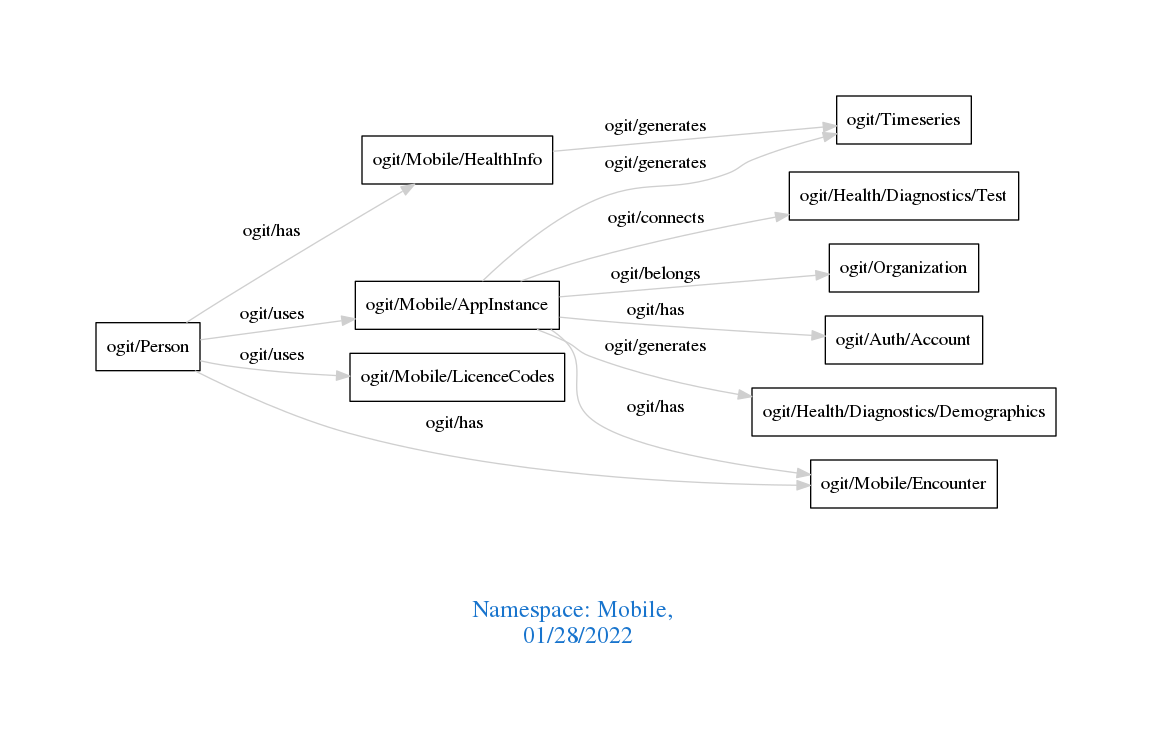
Above: downloads/Mobile.png in arago/OGIT (Graphviz), before the change. Its source is kept beside it as downloads/Mobile.dot.
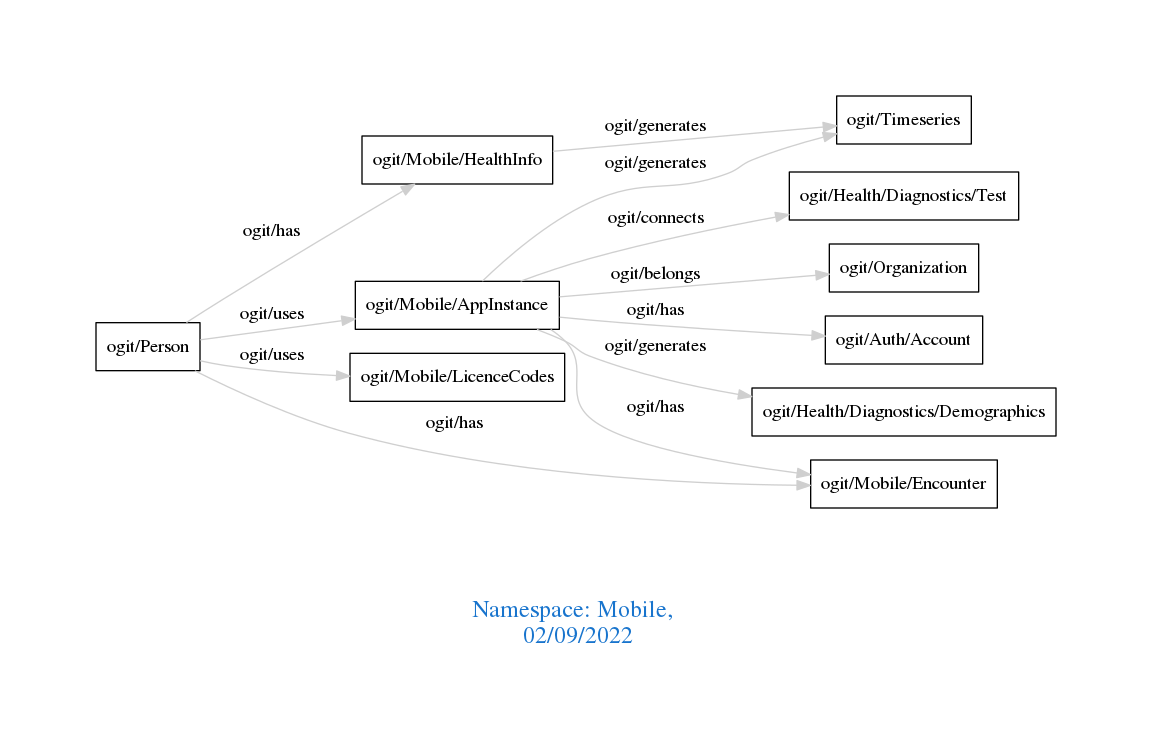
The same diagram one commit later.

What changed in the source:
```diff
@@ -1,7 +1,7 @@
 digraph OGIT_ontology {
  graph [ rankdir= LR,pad=1
 fontsize = 18,
-fontcolor= dodgerblue3,label = "\n\n\nNamespace: Mobile, \n 01/28/2022"];
+fontcolor= dodgerblue3,label = "\n\n\nNamespace: Mobile, \n 02/09/2022"];
 node[shape=polygon];
 edge [  color="gray81"];
 
```
